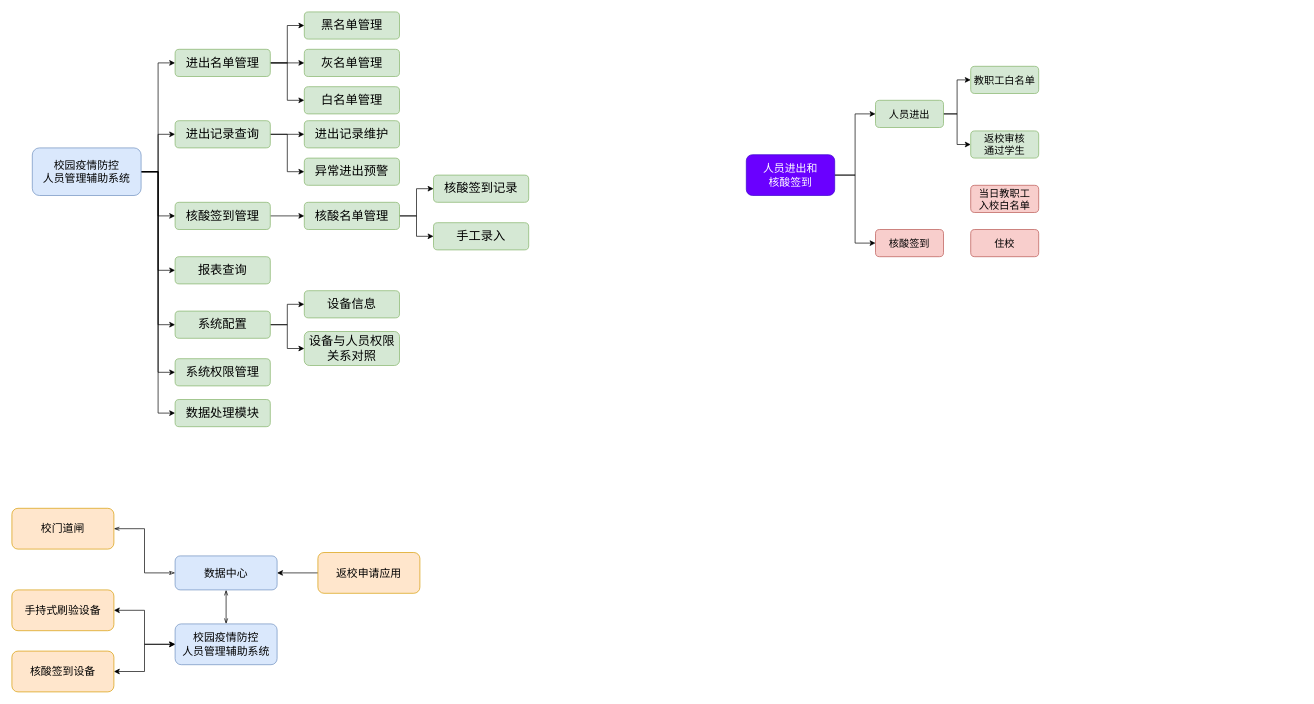
redcomet88/DRAW keeps this draw.io diagram as 校园人员进出管理系统.drawio. Above is the earlier version. Source tidied: cells renumbered, new cells numbered last; positions are measured from the earlier drawing's top-left corner, leaving out a move shared by most shapes. Both pictures are drawn from the tidied source at 68%, with x=0, y=0 at pixel (12, 12).
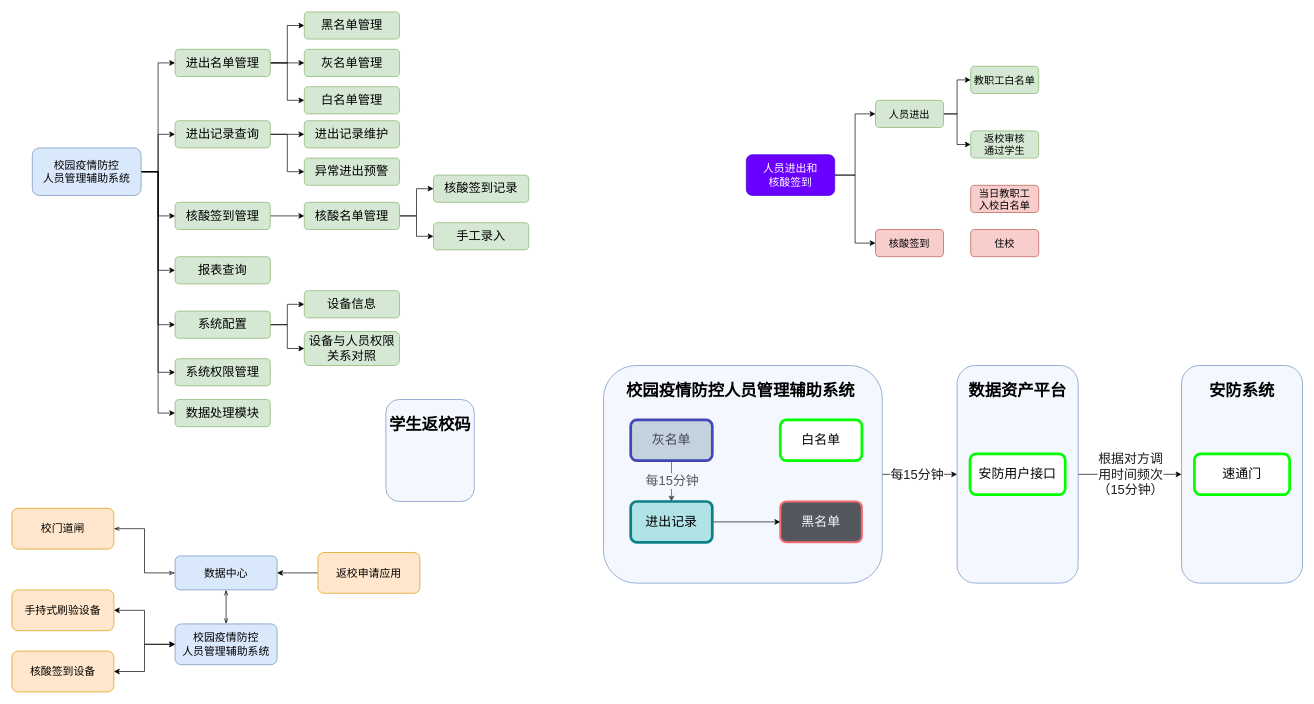
The same diagram, later.

Commit message:
Update 校园人员进出管理系统.drawio

What changed in the source:
```diff
@@
+    <mxCell id="59" style="edgeStyle=orthogonalEdgeStyle;rounded=0;jettySize=auto;html=1;fontSize=19;fontColor=#FFFFFF;" parent="1" edge="1" source="61" target="68">
+      <mxGeometry relative="1" as="geometry" />
+    </mxCell>
+    <mxCell id="60" value="每15分钟" style="edgeLabel;html=1;align=center;verticalAlign=middle;fontSize=19;fontColor=#1A1A1A;" parent="59" vertex="1">
+      <mxGeometry x="-0.24" y="-1" relative="1" as="geometry">
+        <mxPoint x="1" y="6" as="offset" />
+      </mxGeometry>
+    </mxCell>
+    <mxCell id="61" value="灰名单" style="rounded=1;whiteSpace=wrap;html=1;fontSize=19;fillColor=#bac8d3;strokeColor=#000099;strokeWidth=4;" parent="1" vertex="1">
+      <mxGeometry x="910" y="600" width="120" height="60" as="geometry" />
+    </mxCell>
+    <mxCell id="62" value="黑名单" style="rounded=1;whiteSpace=wrap;html=1;fontSize=19;fillColor=#1A1A1A;fontColor=#FFFFFF;strokeColor=#FF3333;strokeWidth=3;" parent="1" vertex="1">
+      <mxGeometry x="1130" y="720" width="120" height="60" as="geometry" />
+    </mxCell>
+    <mxCell id="63" style="edgeStyle=orthogonalEdgeStyle;rounded=0;jettySize=auto;html=1;exitX=1;exitY=0.5;exitDx=0;exitDy=0;entryX=0;entryY=0.5;entryDx=0;entryDy=0;fontSize=19;fontColor=#1A1A1A;" parent="1" edge="1" source="65" target="71">
+      <mxGeometry relative="1" as="geometry" />
+    </mxCell>
+    <mxCell id="64" value="每15分钟" style="edgeLabel;html=1;align=center;verticalAlign=middle;fontSize=19;fontColor=#1A1A1A;" parent="63" vertex="1">
+      <mxGeometry x="0.25" y="2" relative="1" as="geometry">
+        <mxPoint x="-19" y="2" as="offset" />
+      </mxGeometry>
+    </mxCell>
+    <mxCell id="65" value="&lt;h1&gt;校园疫情防控人员管理辅助系统&amp;nbsp;&lt;/h1&gt;" style="rounded=1;whiteSpace=wrap;html=1;fillColor=#dae8fc;strokeColor=#6c8ebf;fillOpacity=30;align=center;verticalAlign=top;" parent="1" vertex="1">
+      <mxGeometry x="870" y="520" width="410" height="320" as="geometry" />
+    </mxCell>
+    <mxCell id="66" value="白名单" style="rounded=1;whiteSpace=wrap;html=1;fontSize=19;strokeColor=#00FF00;strokeWidth=4;" parent="1" vertex="1">
+      <mxGeometry x="1130" y="600" width="120" height="60" as="geometry" />
+    </mxCell>
+    <mxCell id="67" style="edgeStyle=orthogonalEdgeStyle;rounded=0;jettySize=auto;html=1;fontSize=19;fontColor=#1A1A1A;" parent="1" edge="1" source="68" target="62">
+      <mxGeometry relative="1" as="geometry" />
+    </mxCell>
+    <mxCell id="68" value="进出记录" style="rounded=1;whiteSpace=wrap;html=1;fontSize=19;fillColor=#b0e3e6;strokeWidth=4;strokeColor=#0e8088;" parent="1" vertex="1">
+      <mxGeometry x="910" y="720" width="120" height="60" as="geometry" />
+    </mxCell>
+    <mxCell id="69" style="edgeStyle=orthogonalEdgeStyle;rounded=0;jettySize=auto;html=1;exitX=1;exitY=0.5;exitDx=0;exitDy=0;entryX=0;entryY=0.5;entryDx=0;entryDy=0;fontSize=19;fontColor=#1A1A1A;" parent="1" edge="1" source="71" target="72">
+      <mxGeometry relative="1" as="geometry" />
+    </mxCell>
+    <mxCell id="70" value="根据对方调&lt;br&gt;用时间频次&lt;br&gt;（15分钟）" style="edgeLabel;html=1;align=center;verticalAlign=middle;fontSize=19;fontColor=#1A1A1A;" parent="69" vertex="1">
+      <mxGeometry x="0.24" y="-1" relative="1" as="geometry">
+        <mxPoint x="-18" y="-1" as="offset" />
+      </mxGeometry>
+    </mxCell>
+    <mxCell id="71" value="&lt;h1&gt;数据资产平台&lt;/h1&gt;" style="rounded=1;whiteSpace=wrap;html=1;fillColor=#dae8fc;strokeColor=#6c8ebf;fillOpacity=30;align=center;verticalAlign=top;" parent="1" vertex="1">
+      <mxGeometry x="1390" y="520" width="178" height="320" as="geometry" />
+    </mxCell>
+    <mxCell id="72" value="&lt;h1&gt;安防系统&lt;/h1&gt;" style="rounded=1;whiteSpace=wrap;html=1;fillColor=#dae8fc;strokeColor=#6c8ebf;fillOpacity=30;align=center;verticalAlign=top;" parent="1" vertex="1">
+      <mxGeometry x="1720" y="520" width="178" height="320" as="geometry" />
+    </mxCell>
+    <mxCell id="73" value="安防用户接口" style="rounded=1;whiteSpace=wrap;html=1;fontSize=19;strokeColor=#00FF00;strokeWidth=4;" parent="1" vertex="1">
+      <mxGeometry x="1409" y="650" width="140" height="60" as="geometry" />
+    </mxCell>
+    <mxCell id="74" value="速通门" style="rounded=1;whiteSpace=wrap;html=1;fontSize=19;strokeColor=#00FF00;strokeWidth=4;" parent="1" vertex="1">
+      <mxGeometry x="1739" y="650" width="140" height="60" as="geometry" />
+    </mxCell>
+    <mxCell id="75" value="&lt;h1&gt;学生返校码&lt;/h1&gt;" style="rounded=1;whiteSpace=wrap;html=1;fillColor=#dae8fc;strokeColor=#6c8ebf;fillOpacity=30;align=center;verticalAlign=top;" parent="1" vertex="1">
+      <mxGeometry x="550" y="570" width="130" height="150" as="geometry" />
+    </mxCell>
```
